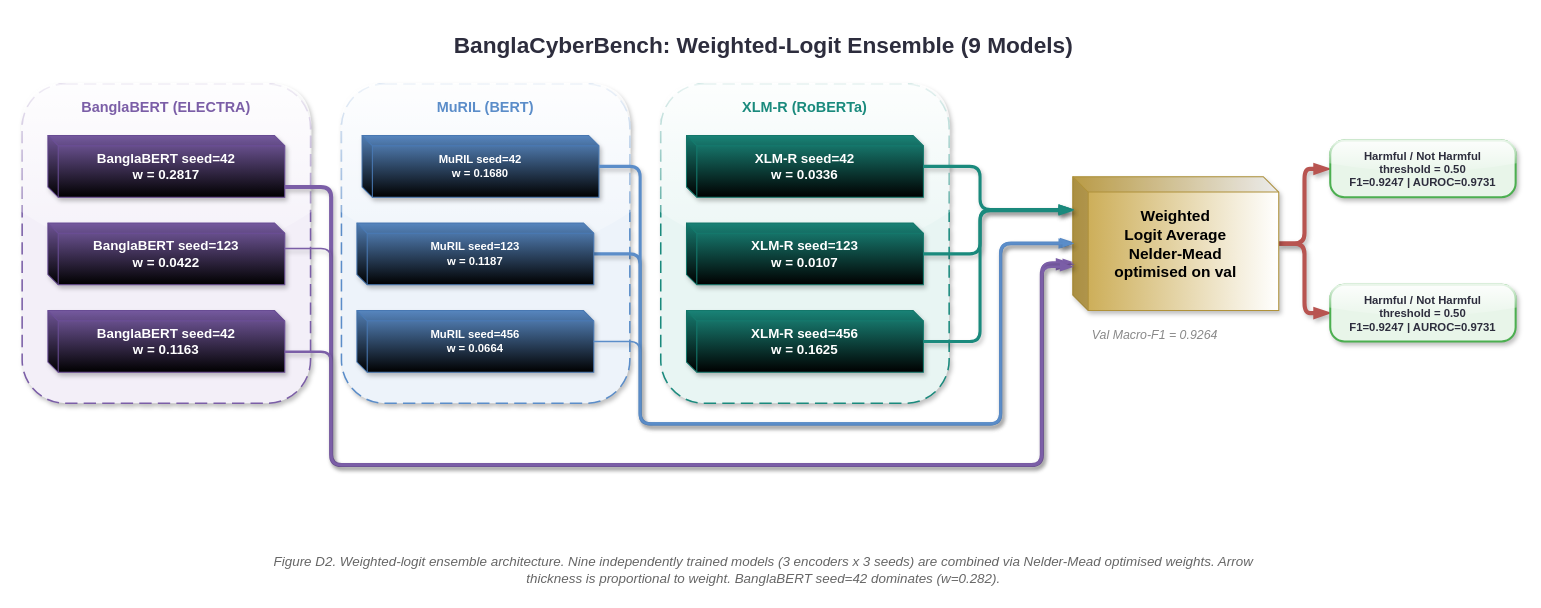
Before: CyberD2.drawio in Sefayet-Alam/Research-Related, a draw.io diagram. Source tidied: cells renumbered, new cells numbered last; positions are measured from the earlier drawing's top-left corner, leaving out a move shared by most shapes. Both pictures are drawn from the tidied source at 103%, with x=0, y=0 at pixel (22, 22).
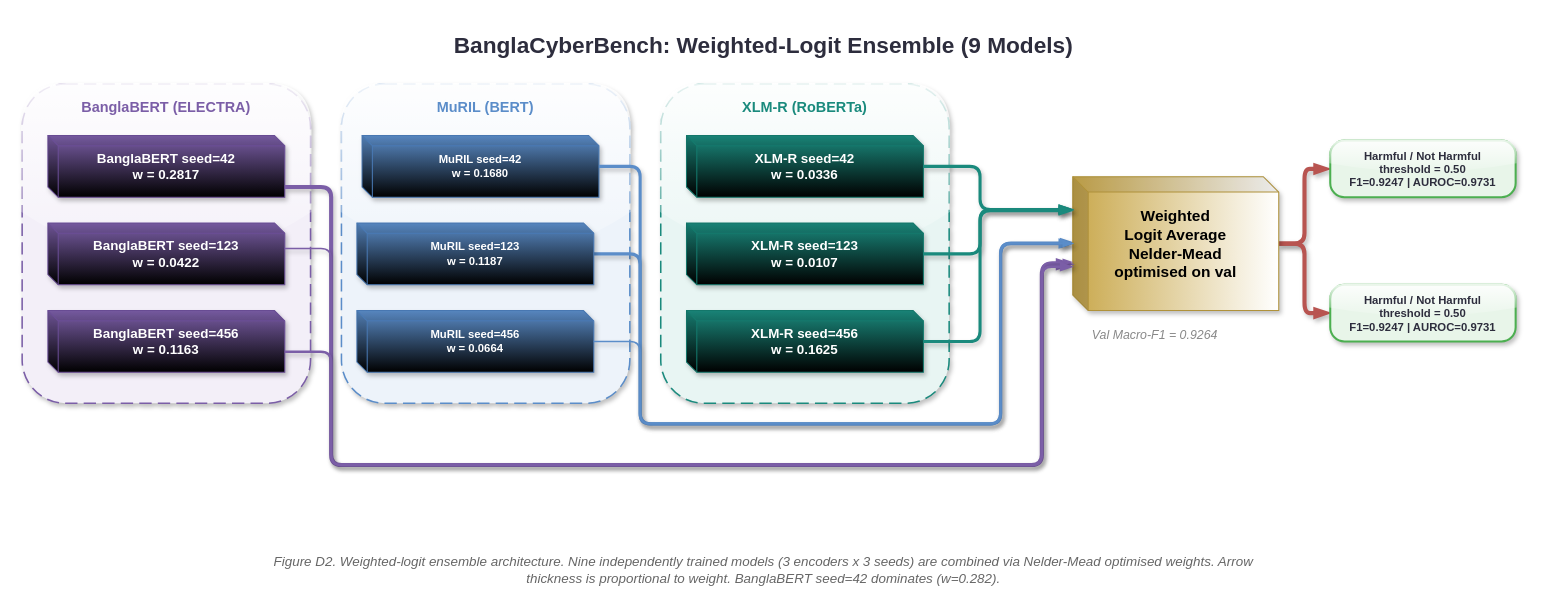
After the change.

Diff of the diagram source:
```diff
@@
-    <mxCell id="6" value="BanglaBERT seed=42&#10;w = 0.1163" style="shape=cube;whiteSpace=wrap;size=10;darkOpacity=0.05;darkOpacity2=0.1;fillColor=#7B5EA7;strokeColor=#6B4E97;fontColor=#FFFFFF;fontSize=13;fontStyle=1;fontFamily=Arial;shadow=1;gradientColor=default;" parent="1" vertex="1">
+    <mxCell id="6" value="BanglaBERT seed=456&#10;w = 0.1163" style="shape=cube;whiteSpace=wrap;size=10;darkOpacity=0.05;darkOpacity2=0.1;fillColor=#7B5EA7;strokeColor=#6B4E97;fontColor=#FFFFFF;fontSize=13;fontStyle=1;fontFamily=Arial;shadow=1;gradientColor=default;" parent="1" vertex="1">
       <mxGeometry x="25" y="280" width="230" height="60" as="geometry" />
     </mxCell>
```
